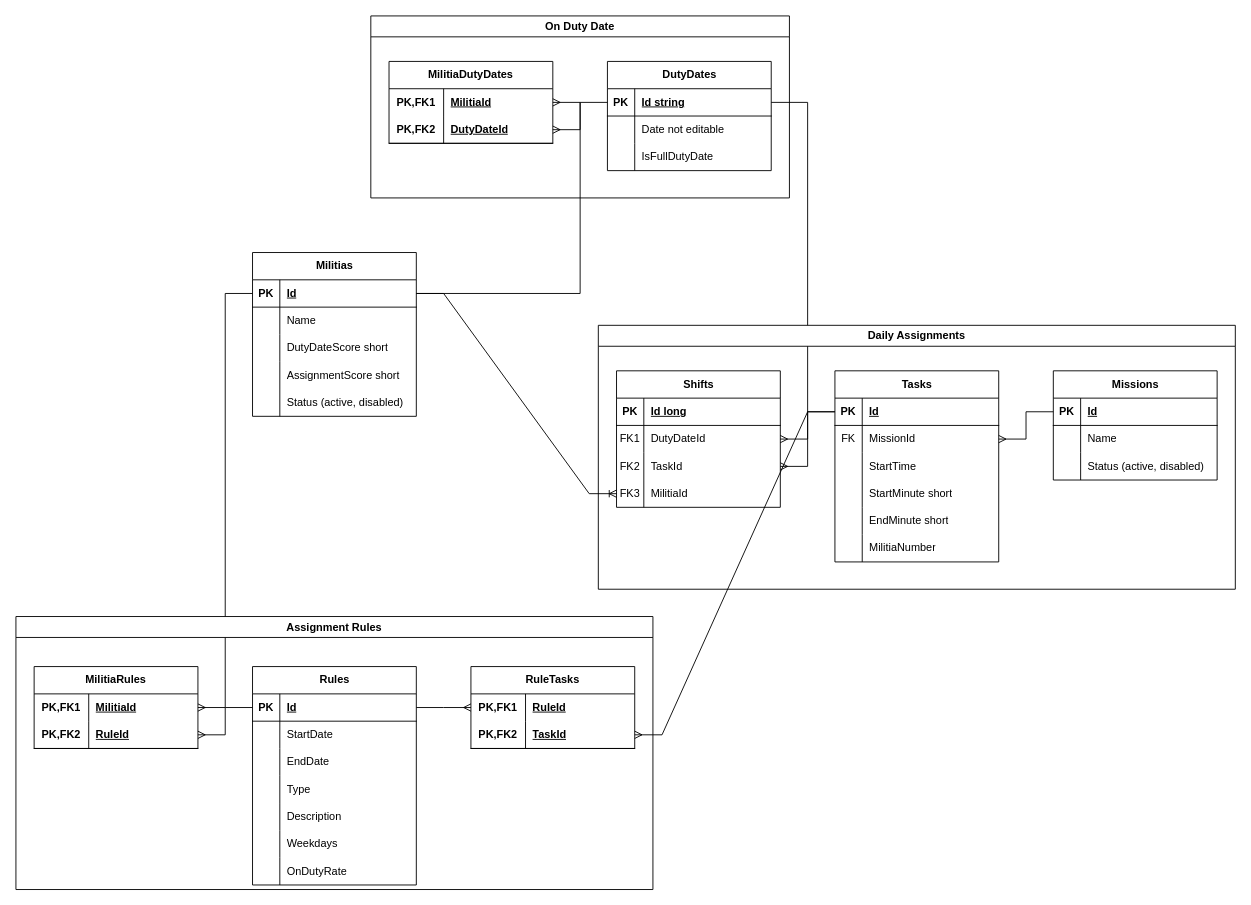
Before: militia.drawio in handoiditu1508/militia-duty-be, a draw.io diagram. Source tidied: cells renumbered, new cells numbered last; positions are measured from the earlier drawing's top-left corner, leaving out a move shared by most shapes. Both pictures are drawn from the tidied source at 91%, with x=0, y=0 at pixel (15, 15).
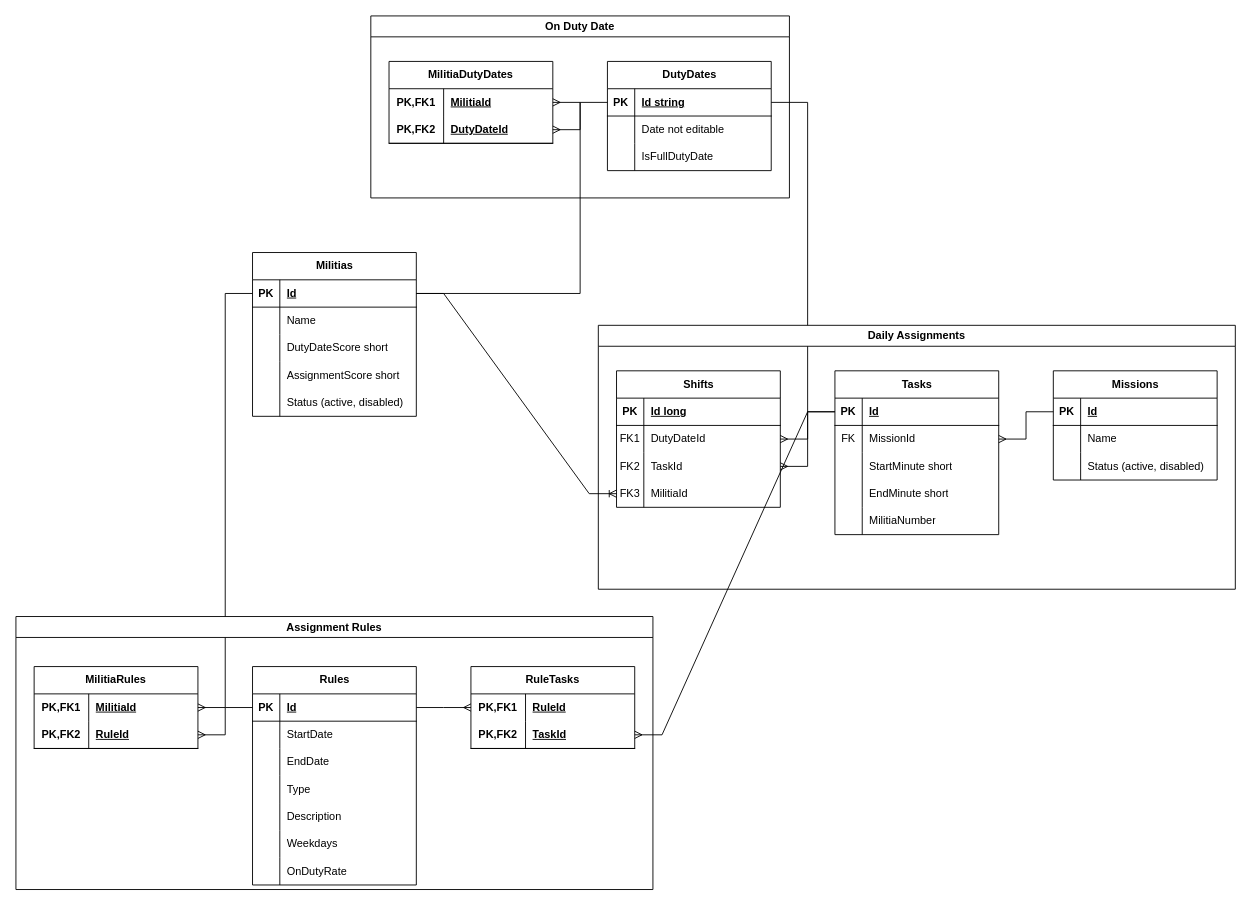
After the change.

The change refers to these unchanged cells:
```xml
<mxCell id="81" value="Daily Assignments" style="swimlane;whiteSpace=wrap;html=1;startSize=23;" parent="1" vertex="1">
  <mxGeometry x="640" y="340" width="700" height="290" as="geometry" />
</mxCell>
```

What changed in the source:
```diff
@@
     <mxCell id="92" value="Tasks" style="shape=table;startSize=30;childLayout=tableLayout;rowLines=0;fontStyle=1;align=center;html=1;" parent="81" vertex="1">
-      <mxGeometry x="260" y="50" width="180" height="210" as="geometry" />
+      <mxGeometry x="260" y="50" width="180" height="180" as="geometry" />
     </mxCell>
@@
-    <mxCell id="99" style="shape=tableRow;horizontal=0;startSize=0;swimlaneHead=0;swimlaneBody=0;fillColor=none;top=0;left=0;right=0;bottom=0;" parent="92" vertex="1">
-      <mxGeometry y="90" width="180" height="30" as="geometry" />
-    </mxCell>
-    <mxCell id="100" style="shape=partialRectangle;fillColor=none;top=0;left=0;bottom=0;right=0;overflow=hidden;whiteSpace=wrap;html=1;" parent="99" vertex="1">
-      <mxGeometry width="30" height="30" as="geometry" />
-    </mxCell>
-    <mxCell id="101" value="StartTime" style="shape=partialRectangle;fillColor=none;top=0;left=0;bottom=0;right=0;align=left;spacingLeft=6;overflow=hidden;whiteSpace=wrap;html=1;" parent="99" vertex="1">
-      <mxGeometry x="30" width="150" height="30" as="geometry" />
-    </mxCell>
     <mxCell id="102" style="shape=tableRow;horizontal=0;startSize=0;swimlaneHead=0;swimlaneBody=0;fillColor=none;top=0;left=0;right=0;bottom=0;" parent="92" vertex="1">
-      <mxGeometry y="120" width="180" height="30" as="geometry" />
+      <mxGeometry y="90" width="180" height="30" as="geometry" />
     </mxCell>
@@
     <mxCell id="105" style="shape=tableRow;horizontal=0;startSize=0;swimlaneHead=0;swimlaneBody=0;fillColor=none;top=0;left=0;right=0;bottom=0;" parent="92" vertex="1">
-      <mxGeometry y="150" width="180" height="30" as="geometry" />
+      <mxGeometry y="120" width="180" height="30" as="geometry" />
     </mxCell>
@@
     <mxCell id="108" style="shape=tableRow;horizontal=0;startSize=0;swimlaneHead=0;swimlaneBody=0;fillColor=none;top=0;left=0;right=0;bottom=0;" parent="92" vertex="1">
-      <mxGeometry y="180" width="180" height="30" as="geometry" />
+      <mxGeometry y="150" width="180" height="30" as="geometry" />
     </mxCell>
```
